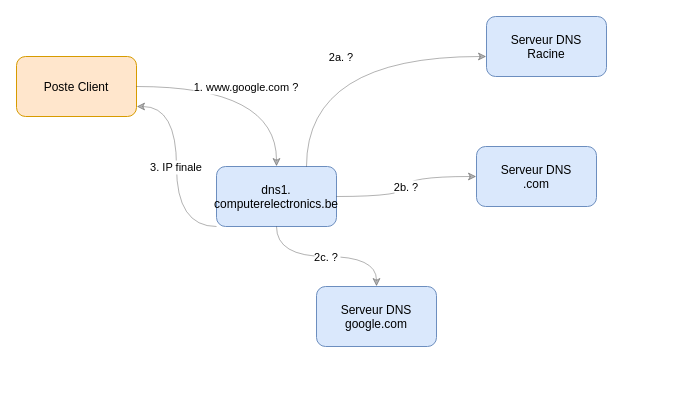
Before: diagrams/requetes_dns_recursive.drawio in choquitofrito/ActiveDirectory, a draw.io diagram. Source tidied: cells renumbered, new cells numbered last; positions are measured from the earlier drawing's top-left corner, leaving out a move shared by most shapes. Both pictures are drawn from the tidied source at 100%, with x=0, y=0 at pixel (16, 16).
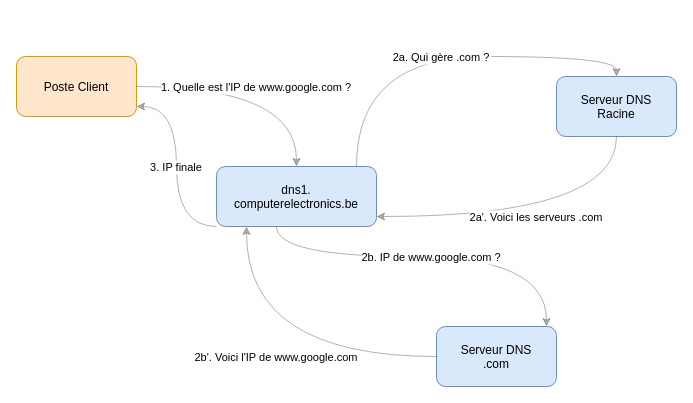
The same page after the edit.

Change to the diagram source:
```diff
@@
 <mxGraphModel>
   <root>
     <mxCell id="0" />
     <mxCell id="1" parent="0" />
     <mxCell id="2" value="Poste Client" style="rounded=1;fillColor=#ffe6cc;strokeColor=#d79b00;" parent="1" vertex="1">
       <mxGeometry y="40" width="120" height="60" as="geometry" />
     </mxCell>
     <mxCell id="3" value="dns1.&#10;computerelectronics.be" style="rounded=1;fillColor=#dae8fc;strokeColor=#6c8ebf;" parent="1" vertex="1">
-      <mxGeometry x="200" y="150" width="120" height="60" as="geometry" />
+      <mxGeometry x="200" y="150" width="160" height="60" as="geometry" />
     </mxCell>
     <mxCell id="4" value="Serveur DNS&#10;Racine" style="rounded=1;fillColor=#dae8fc;strokeColor=#6c8ebf;" parent="1" vertex="1">
-      <mxGeometry x="470" width="120" height="60" as="geometry" />
+      <mxGeometry x="540" y="60" width="120" height="60" as="geometry" />
     </mxCell>
     <mxCell id="5" value="Serveur DNS&#10;.com" style="rounded=1;fillColor=#dae8fc;strokeColor=#6c8ebf;" parent="1" vertex="1">
-      <mxGeometry x="460" y="130" width="120" height="60" as="geometry" />
+      <mxGeometry x="420" y="310" width="120" height="60" as="geometry" />
     </mxCell>
-    <mxCell id="6" value="Serveur DNS&#10;google.com" style="rounded=1;fillColor=#dae8fc;strokeColor=#6c8ebf;" parent="1" vertex="1">
-      <mxGeometry x="300" y="270" width="120" height="60" as="geometry" />
-    </mxCell>
-    <mxCell id="7" value="1. www.google.com ?" style="edgeStyle=orthogonalEdgeStyle;curved=1;opacity=30;" parent="1" edge="1" source="2" target="3">
+    <mxCell id="7" value="1. Quelle est l'IP de www.google.com ?" style="edgeStyle=orthogonalEdgeStyle;curved=1;opacity=30;" parent="1" edge="1" source="2" target="3">
       <mxGeometry relative="1" as="geometry" />
     </mxCell>
-    <mxCell id="8" value="2a. ?" style="edgeStyle=orthogonalEdgeStyle;curved=1;opacity=30;" parent="1" edge="1" source="3" target="4">
+    <mxCell id="8" value="2a. Qui gère .com ?" style="edgeStyle=orthogonalEdgeStyle;curved=1;opacity=30;" parent="1" edge="1" source="3" target="4">
       <mxGeometry relative="1" as="geometry">
         <Array as="points">
-          <mxPoint x="290" y="40" />
+          <mxPoint x="340" y="180" />
+          <mxPoint x="340" y="40" />
+          <mxPoint x="600" y="40" />
         </Array>
       </mxGeometry>
     </mxCell>
+    <mxCell id="12" value="2a'. Voici les serveurs .com" style="edgeStyle=orthogonalEdgeStyle;curved=1;opacity=30;" parent="1" edge="1" source="4" target="3">
+      <mxGeometry relative="1" as="geometry">
+        <Array as="points">
+          <mxPoint x="600" y="200" />
+        </Array>
+      </mxGeometry>
+    </mxCell>
-    <mxCell id="9" value="2b. ?" style="edgeStyle=orthogonalEdgeStyle;curved=1;opacity=30;" parent="1" edge="1" source="3" target="5">
-      <mxGeometry relative="1" as="geometry" />
+    <mxCell id="9" value="2b. IP de www.google.com ?" style="edgeStyle=orthogonalEdgeStyle;curved=1;opacity=30;" parent="1" edge="1" source="3" target="5">
+      <mxGeometry relative="1" as="geometry">
+        <Array as="points">
+          <mxPoint x="260" y="240" />
+          <mxPoint x="530" y="240" />
+        </Array>
+      </mxGeometry>
     </mxCell>
-    <mxCell id="10" value="2c. ?" style="edgeStyle=orthogonalEdgeStyle;curved=1;opacity=30;" parent="1" edge="1" source="3" target="6">
-      <mxGeometry relative="1" as="geometry" />
-    </mxCell>
+    <mxCell id="13" value="2b'. Voici l'IP de www.google.com" style="edgeStyle=orthogonalEdgeStyle;curved=1;opacity=30;" parent="1" edge="1" source="5" target="3">
+      <mxGeometry relative="1" as="geometry">
+        <Array as="points">
+          <mxPoint x="230" y="340" />
+        </Array>
+      </mxGeometry>
+    </mxCell>
     <mxCell id="11" value="3. IP finale" style="edgeStyle=orthogonalEdgeStyle;curved=1;opacity=30;" parent="1" edge="1" source="3" target="2">
       <mxGeometry relative="1" as="geometry">
         <Array as="points">
           <mxPoint x="160" y="210" />
           <mxPoint x="160" y="90" />
         </Array>
       </mxGeometry>
     </mxCell>
   </root>
 </mxGraphModel>
```
